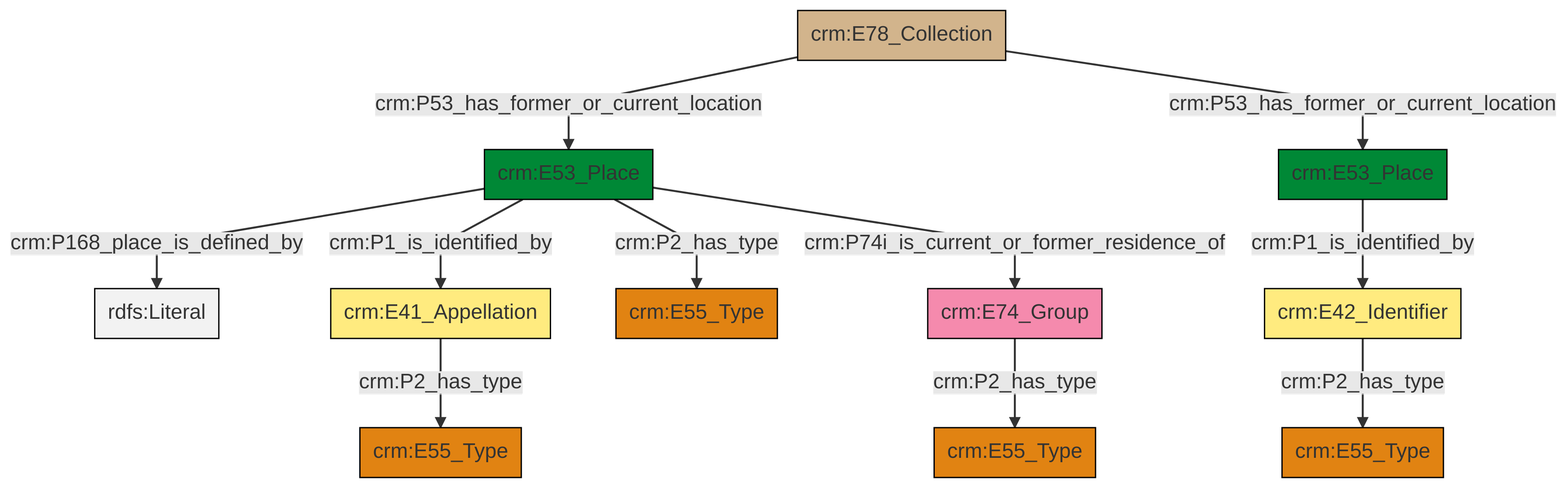
Earlier version of the Mermaid export et/archivalCSV/ttl/mmd/png/archival_location.png (swiss-art-research-net/docs.swissartresearch). Its source is kept beside it as et/archivalCSV/ttl/mmd/archival_location.ttl.mmd.
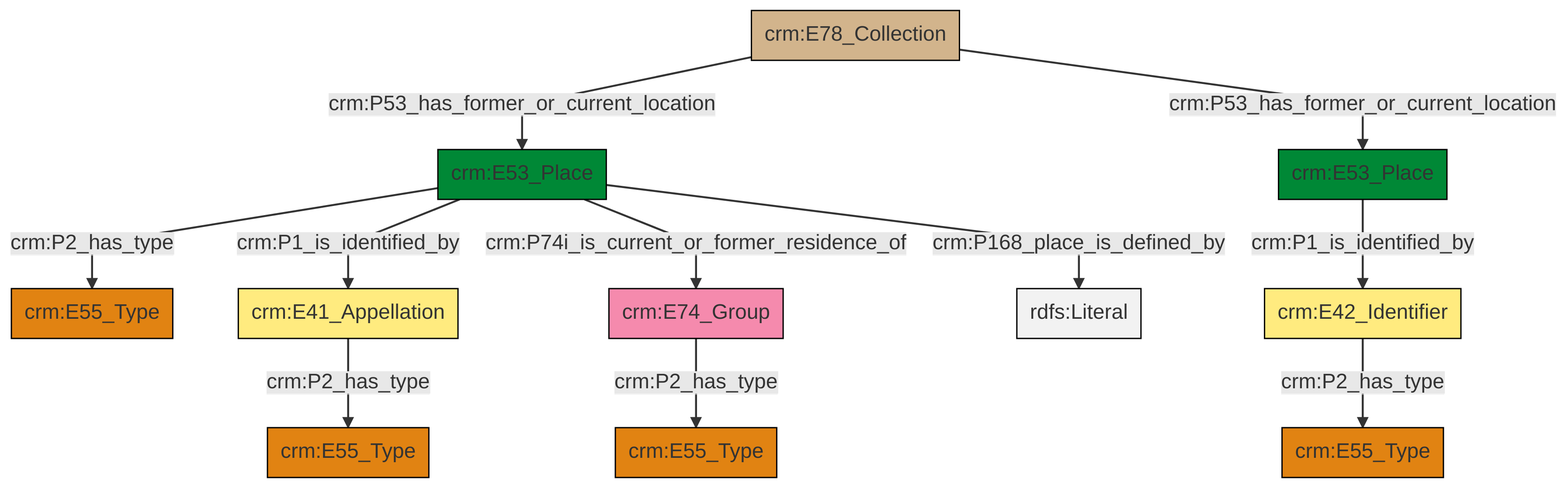
After the change.

Change to the diagram source:
```diff
@@ -13,13 +13,13 @@
 classDef PC_Classes fill:#4ce600, stroke:#000000;
 classDef Multi fill:#cccccc,stroke:#000000;
 
-0["crm:E53_Place"]:::Place -->|crm:P168_place_is_defined_by| 1[rdfs:Literal]:::Literal
-2["crm:E78_Collection"]:::Physical_Thing -->|crm:P53_has_former_or_current_location| 0["crm:E53_Place"]:::Place
-3["crm:E53_Place"]:::Place -->|crm:P1_is_identified_by| 4["crm:E42_Identifier"]:::Appellation
-0["crm:E53_Place"]:::Place -->|crm:P2_has_type| 5["crm:E55_Type"]:::Type
-2["crm:E78_Collection"]:::Physical_Thing -->|crm:P53_has_former_or_current_location| 3["crm:E53_Place"]:::Place
-4["crm:E42_Identifier"]:::Appellation -->|crm:P2_has_type| 12["crm:E55_Type"]:::Type
-14["crm:E74_Group"]:::Actor -->|crm:P2_has_type| 9["crm:E55_Type"]:::Type
-0["crm:E53_Place"]:::Place -->|crm:P1_is_identified_by| 17["crm:E41_Appellation"]:::Appellation
-17["crm:E41_Appellation"]:::Appellation -->|crm:P2_has_type| 15["crm:E55_Type"]:::Type
-0["crm:E53_Place"]:::Place -->|crm:P74i_is_current_or_former_residence_of| 14["crm:E74_Group"]:::Actor
+0["crm:E53_Place"]:::Place -->|crm:P2_has_type| 1["crm:E55_Type"]:::Type
+6["crm:E53_Place"]:::Place -->|crm:P1_is_identified_by| 7["crm:E42_Identifier"]:::Appellation
+8["crm:E41_Appellation"]:::Appellation -->|crm:P2_has_type| 4["crm:E55_Type"]:::Type
+7["crm:E42_Identifier"]:::Appellation -->|crm:P2_has_type| 2["crm:E55_Type"]:::Type
+0["crm:E53_Place"]:::Place -->|crm:P1_is_identified_by| 8["crm:E41_Appellation"]:::Appellation
+12["crm:E74_Group"]:::Actor -->|crm:P2_has_type| 13["crm:E55_Type"]:::Type
+15["crm:E78_Collection"]:::Physical_Thing -->|crm:P53_has_former_or_current_location| 0["crm:E53_Place"]:::Place
+0["crm:E53_Place"]:::Place -->|crm:P74i_is_current_or_former_residence_of| 12["crm:E74_Group"]:::Actor
+15["crm:E78_Collection"]:::Physical_Thing -->|crm:P53_has_former_or_current_location| 6["crm:E53_Place"]:::Place
+0["crm:E53_Place"]:::Place -->|crm:P168_place_is_defined_by| 24[rdfs:Literal]:::Literal
```
